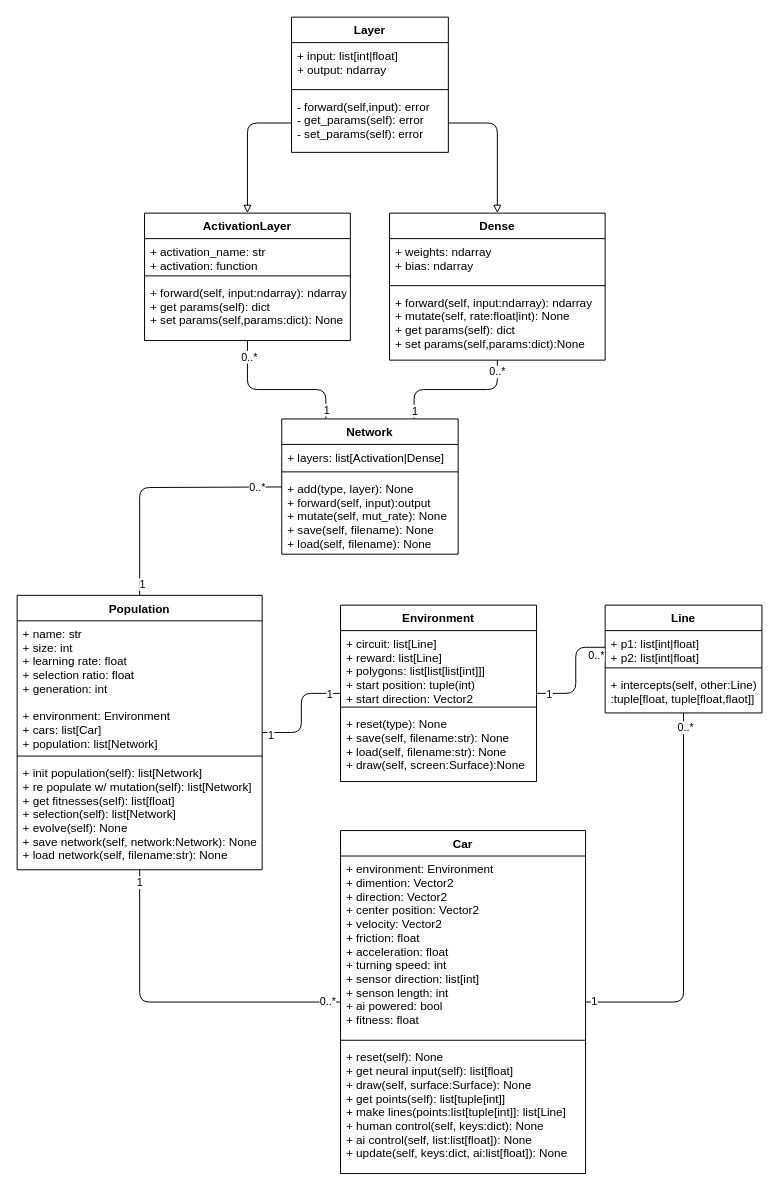
This is docs/UML.drawio from Myrstad/pygame-ai-car-2d, a draw.io file, before an edit. Source tidied: cells renumbered, new cells numbered last; positions are measured from the earlier drawing's top-left corner, leaving out a move shared by most shapes. Both pictures are drawn from the tidied source at 98%, with x=0, y=0 at pixel (17, 17).
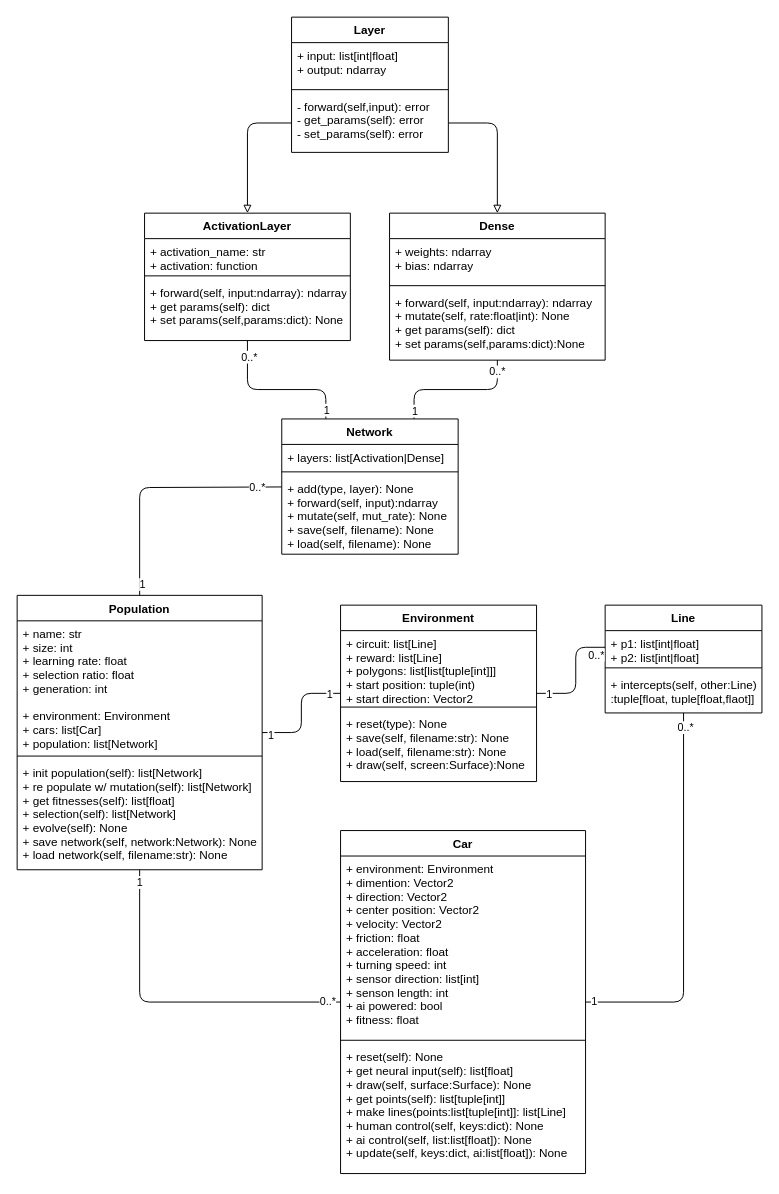
After the change.

Unchanged cells that the change refers to:
```xml
<mxCell id="2" value="Network" style="swimlane;fontStyle=1;align=center;verticalAlign=top;horizontal=1;startSize=26;" parent="1" vertex="1">
  <mxGeometry x="270" y="410" width="180" height="138" as="geometry" />
</mxCell>
<mxCell id="30" value="Environment" style="swimlane;fontStyle=1;align=center;verticalAlign=top;horizontal=1;startSize=26;" parent="1" vertex="1">
  <mxGeometry x="330" y="600" width="200" height="180" as="geometry" />
</mxCell>
```

Diff of the diagram source:
```diff
@@
-    <mxCell id="5" value="+ add(type, layer): None&#10;+ forward(self, input):output&#10;+ mutate(self, mut_rate): None&#10;+ save(self, filename): None&#10;+ load(self, filename): None" style="text;strokeColor=none;fillColor=none;align=left;verticalAlign=top;spacingLeft=4;spacingRight=4;overflow=hidden;" parent="2" vertex="1">
+    <mxCell id="5" value="+ add(type, layer): None&#10;+ forward(self, input):ndarray&#10;+ mutate(self, mut_rate): None&#10;+ save(self, filename): None&#10;+ load(self, filename): None" style="text;strokeColor=none;fillColor=none;align=left;verticalAlign=top;spacingLeft=4;spacingRight=4;overflow=hidden;" parent="2" vertex="1">
       <mxGeometry y="58" width="180" height="80" as="geometry" />
     </mxCell>
@@
-    <mxCell id="31" value="+ circuit: list[Line]&#10;+ reward: list[Line]&#10;+ polygons: list[list[list[int]]]&#10;+ start position: tuple(int)&#10;+ start direction: Vector2" style="text;strokeColor=none;fillColor=none;align=left;verticalAlign=top;spacingLeft=4;spacingRight=4;overflow=hidden;" parent="30" vertex="1">
+    <mxCell id="31" value="+ circuit: list[Line]&#10;+ reward: list[Line]&#10;+ polygons: list[list[tuple[int]]]&#10;+ start position: tuple(int)&#10;+ start direction: Vector2" style="text;strokeColor=none;fillColor=none;align=left;verticalAlign=top;spacingLeft=4;spacingRight=4;overflow=hidden;" parent="30" vertex="1">
       <mxGeometry y="26" width="200" height="74" as="geometry" />
     </mxCell>
```
